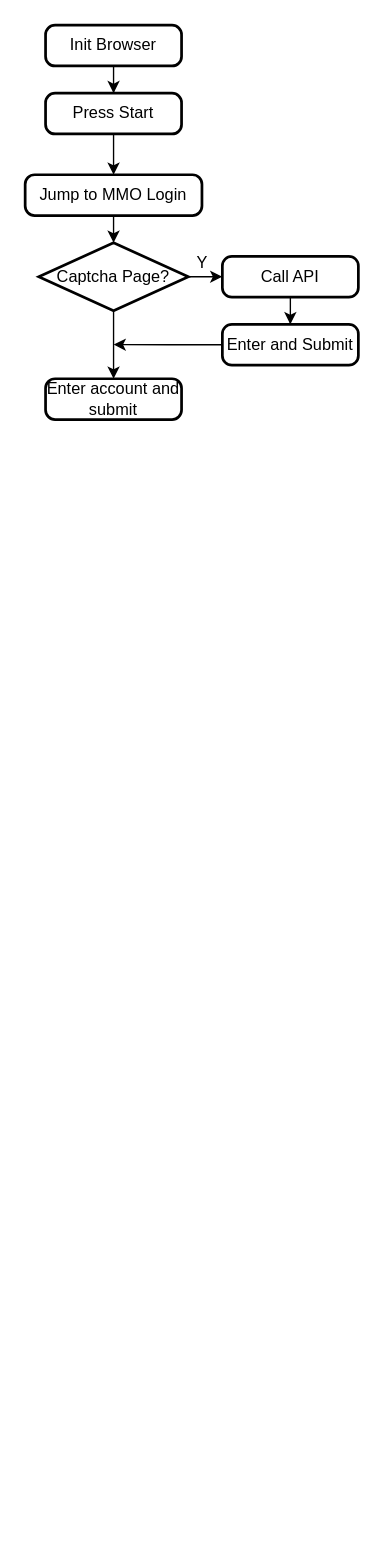
The draw.io diagram 流程图1.drawio in StackExplode/MiscPicGo, before the edit. Source tidied: cells renumbered, new cells numbered last; positions are measured from the earlier drawing's top-left corner, leaving out a move shared by most shapes. Both pictures are drawn from the tidied source at 136%, with x=0, y=0 at pixel (24, 24).
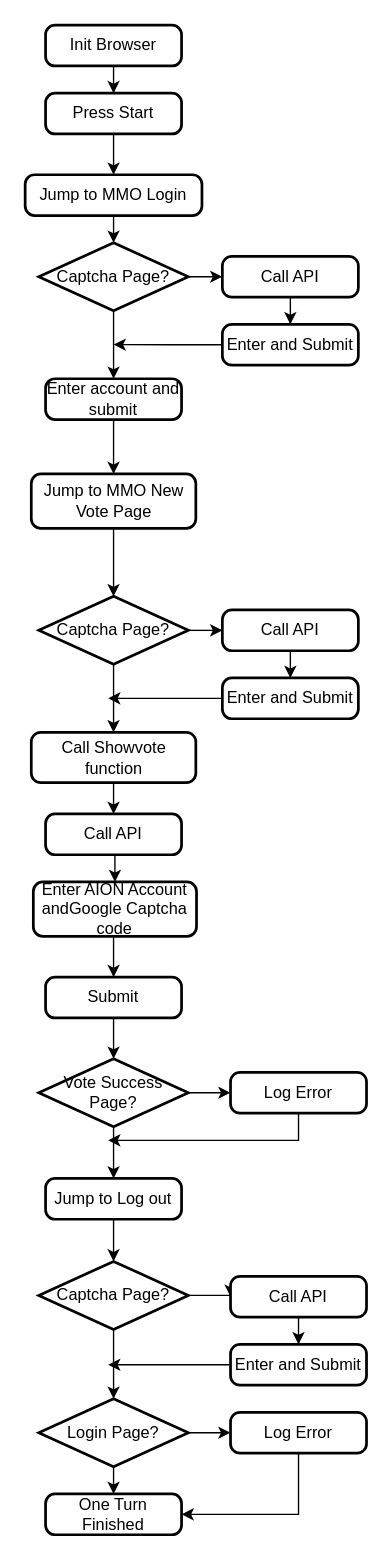
After the change.

Commit message:
更新流程图1.drawio

The change refers to these unchanged cells:
```xml
<mxCell id="15" value="Enter account and submit" style="rounded=1;whiteSpace=wrap;html=1;absoluteArcSize=1;arcSize=14;strokeWidth=2;" parent="1" vertex="1">
  <mxGeometry x="15" y="260" width="100" height="30" as="geometry" />
</mxCell>
```

What changed in the source:
```diff
@@
+    <mxCell id="17" style="edgeStyle=orthogonalEdgeStyle;rounded=0;jettySize=auto;html=1;exitX=0.5;exitY=1;exitDx=0;exitDy=0;" parent="1" edge="1" source="15" target="19">
+      <mxGeometry relative="1" as="geometry" />
+    </mxCell>
@@
-    <mxCell id="16" value="Y" style="text;html=1;align=center;verticalAlign=middle;fillColor=none;strokeColor=none;rounded=0;" parent="1" vertex="1">
-      <mxGeometry x="115" y="160" width="30" height="30" as="geometry" />
-    </mxCell>
+    <mxCell id="18" style="edgeStyle=orthogonalEdgeStyle;rounded=0;jettySize=auto;html=1;exitX=0.5;exitY=1;exitDx=0;exitDy=0;" parent="1" edge="1" source="19" target="22">
+      <mxGeometry relative="1" as="geometry" />
+    </mxCell>
+    <mxCell id="19" value="Jump&amp;nbsp;to&amp;nbsp;MMO&amp;nbsp;New Vote Page" style="rounded=1;whiteSpace=wrap;html=1;absoluteArcSize=1;arcSize=14;strokeWidth=2;" parent="1" vertex="1">
+      <mxGeometry x="4.5" y="330" width="121" height="40" as="geometry" />
+    </mxCell>
+    <mxCell id="20" style="edgeStyle=orthogonalEdgeStyle;rounded=0;jettySize=auto;html=1;exitX=1;exitY=0.5;exitDx=0;exitDy=0;exitPerimeter=0;entryX=0;entryY=0.5;entryDx=0;entryDy=0;" parent="1" edge="1" source="22" target="24">
+      <mxGeometry relative="1" as="geometry" />
+    </mxCell>
+    <mxCell id="21" style="edgeStyle=orthogonalEdgeStyle;rounded=0;jettySize=auto;html=1;entryX=0.5;entryY=0;entryDx=0;entryDy=0;" parent="1" edge="1" source="22" target="28">
+      <mxGeometry relative="1" as="geometry" />
+    </mxCell>
+    <mxCell id="22" value="Captcha&amp;nbsp;Page?" style="strokeWidth=2;html=1;shape=mxgraph.flowchart.decision;whiteSpace=wrap;" parent="1" vertex="1">
+      <mxGeometry x="10" y="420" width="110" height="50" as="geometry" />
+    </mxCell>
+    <mxCell id="23" style="edgeStyle=orthogonalEdgeStyle;rounded=0;jettySize=auto;html=1;" parent="1" edge="1" source="24" target="26">
+      <mxGeometry relative="1" as="geometry" />
+    </mxCell>
+    <mxCell id="24" value="Call API" style="rounded=1;whiteSpace=wrap;html=1;absoluteArcSize=1;arcSize=14;strokeWidth=2;" parent="1" vertex="1">
+      <mxGeometry x="145" y="430" width="100" height="30" as="geometry" />
+    </mxCell>
+    <mxCell id="25" style="edgeStyle=orthogonalEdgeStyle;rounded=0;jettySize=auto;html=1;exitX=0;exitY=0.5;exitDx=0;exitDy=0;" parent="1" edge="1" source="26">
+      <mxGeometry relative="1" as="geometry">
+        <mxPoint x="61" y="495" as="targetPoint" />
+      </mxGeometry>
+    </mxCell>
+    <mxCell id="26" value="Enter and Submit" style="rounded=1;whiteSpace=wrap;html=1;absoluteArcSize=1;arcSize=14;strokeWidth=2;" parent="1" vertex="1">
+      <mxGeometry x="145" y="480" width="100" height="30" as="geometry" />
+    </mxCell>
+    <mxCell id="27" style="edgeStyle=orthogonalEdgeStyle;rounded=0;jettySize=auto;html=1;exitX=0.5;exitY=1;exitDx=0;exitDy=0;entryX=0.5;entryY=0;entryDx=0;entryDy=0;" parent="1" edge="1" source="28" target="30">
+      <mxGeometry relative="1" as="geometry" />
+    </mxCell>
+    <mxCell id="28" value="Call Showvote function" style="rounded=1;whiteSpace=wrap;html=1;absoluteArcSize=1;arcSize=14;strokeWidth=2;" parent="1" vertex="1">
+      <mxGeometry x="4.5" y="520" width="121" height="37" as="geometry" />
+    </mxCell>
+    <mxCell id="29" style="edgeStyle=orthogonalEdgeStyle;rounded=0;jettySize=auto;html=1;exitX=0.5;exitY=1;exitDx=0;exitDy=0;entryX=0.5;entryY=0;entryDx=0;entryDy=0;" parent="1" edge="1" source="30" target="32">
+      <mxGeometry relative="1" as="geometry" />
+    </mxCell>
+    <mxCell id="30" value="Call API" style="rounded=1;whiteSpace=wrap;html=1;absoluteArcSize=1;arcSize=14;strokeWidth=2;" parent="1" vertex="1">
+      <mxGeometry x="15" y="580" width="100" height="30" as="geometry" />
+    </mxCell>
+    <mxCell id="31" style="edgeStyle=orthogonalEdgeStyle;rounded=0;jettySize=auto;html=1;exitX=0.5;exitY=1;exitDx=0;exitDy=0;entryX=0.5;entryY=0;entryDx=0;entryDy=0;" parent="1" edge="1" source="32" target="34">
+      <mxGeometry relative="1" as="geometry" />
+    </mxCell>
+    <mxCell id="32" value="Enter AION Account andGoogle Captcha code" style="rounded=1;whiteSpace=wrap;html=1;absoluteArcSize=1;arcSize=14;strokeWidth=2;" parent="1" vertex="1">
+      <mxGeometry x="6" y="630" width="120" height="40" as="geometry" />
+    </mxCell>
+    <mxCell id="33" style="edgeStyle=orthogonalEdgeStyle;rounded=0;jettySize=auto;html=1;exitX=0.5;exitY=1;exitDx=0;exitDy=0;entryX=0.5;entryY=0;entryDx=0;entryDy=0;entryPerimeter=0;" parent="1" edge="1" source="34" target="37">
+      <mxGeometry relative="1" as="geometry" />
+    </mxCell>
+    <mxCell id="34" value="Submit" style="rounded=1;whiteSpace=wrap;html=1;absoluteArcSize=1;arcSize=14;strokeWidth=2;" parent="1" vertex="1">
+      <mxGeometry x="15" y="700" width="100" height="30" as="geometry" />
+    </mxCell>
+    <mxCell id="35" style="edgeStyle=orthogonalEdgeStyle;rounded=0;jettySize=auto;html=1;exitX=0.5;exitY=1;exitDx=0;exitDy=0;exitPerimeter=0;entryX=0.5;entryY=0;entryDx=0;entryDy=0;" parent="1" edge="1" source="37" target="41">
+      <mxGeometry relative="1" as="geometry" />
+    </mxCell>
+    <mxCell id="36" style="edgeStyle=orthogonalEdgeStyle;rounded=0;jettySize=auto;html=1;exitX=1;exitY=0.5;exitDx=0;exitDy=0;exitPerimeter=0;entryX=0;entryY=0.5;entryDx=0;entryDy=0;" parent="1" edge="1" source="37" target="39">
+      <mxGeometry relative="1" as="geometry" />
+    </mxCell>
+    <mxCell id="37" value="Vote Success Page?" style="strokeWidth=2;html=1;shape=mxgraph.flowchart.decision;whiteSpace=wrap;" parent="1" vertex="1">
+      <mxGeometry x="10" y="760" width="110" height="50" as="geometry" />
+    </mxCell>
+    <mxCell id="38" style="rounded=0;jettySize=auto;html=1;exitX=0.5;exitY=1;exitDx=0;exitDy=0;edgeStyle=elbowEdgeStyle;" parent="1" edge="1" source="39">
+      <mxGeometry relative="1" as="geometry">
+        <mxPoint x="61" y="820" as="targetPoint" />
+        <Array as="points">
+          <mxPoint x="201" y="810" />
+        </Array>
+      </mxGeometry>
+    </mxCell>
+    <mxCell id="39" value="Log Error" style="rounded=1;whiteSpace=wrap;html=1;absoluteArcSize=1;arcSize=14;strokeWidth=2;" parent="1" vertex="1">
+      <mxGeometry x="151" y="770" width="100" height="30" as="geometry" />
+    </mxCell>
+    <mxCell id="40" style="edgeStyle=orthogonalEdgeStyle;rounded=0;jettySize=auto;html=1;exitX=0.5;exitY=1;exitDx=0;exitDy=0;entryX=0.5;entryY=0;entryDx=0;entryDy=0;entryPerimeter=0;" parent="1" edge="1" source="41" target="44">
+      <mxGeometry relative="1" as="geometry" />
+    </mxCell>
+    <mxCell id="41" value="Jump to Log out" style="rounded=1;whiteSpace=wrap;html=1;absoluteArcSize=1;arcSize=14;strokeWidth=2;" parent="1" vertex="1">
+      <mxGeometry x="15" y="848" width="100" height="30" as="geometry" />
+    </mxCell>
+    <mxCell id="42" style="edgeStyle=orthogonalEdgeStyle;rounded=0;jettySize=auto;html=1;exitX=1;exitY=0.5;exitDx=0;exitDy=0;exitPerimeter=0;entryX=0;entryY=0.5;entryDx=0;entryDy=0;" parent="1" edge="1" source="44" target="46">
+      <mxGeometry relative="1" as="geometry" />
+    </mxCell>
+    <mxCell id="43" style="edgeStyle=orthogonalEdgeStyle;rounded=0;jettySize=auto;html=1;exitX=0.5;exitY=1;exitDx=0;exitDy=0;exitPerimeter=0;entryX=0.5;entryY=0;entryDx=0;entryDy=0;entryPerimeter=0;" parent="1" edge="1" source="44" target="51">
+      <mxGeometry relative="1" as="geometry" />
+    </mxCell>
+    <mxCell id="44" value="Captcha&amp;nbsp;Page?" style="strokeWidth=2;html=1;shape=mxgraph.flowchart.decision;whiteSpace=wrap;" parent="1" vertex="1">
+      <mxGeometry x="10" y="909" width="110" height="50" as="geometry" />
+    </mxCell>
+    <mxCell id="45" style="edgeStyle=orthogonalEdgeStyle;rounded=0;jettySize=auto;html=1;" parent="1" edge="1" source="46" target="48">
+      <mxGeometry relative="1" as="geometry" />
+    </mxCell>
+    <mxCell id="46" value="Call API" style="rounded=1;whiteSpace=wrap;html=1;absoluteArcSize=1;arcSize=14;strokeWidth=2;" parent="1" vertex="1">
+      <mxGeometry x="151" y="920" width="100" height="30" as="geometry" />
+    </mxCell>
+    <mxCell id="47" style="edgeStyle=orthogonalEdgeStyle;rounded=0;jettySize=auto;html=1;exitX=0;exitY=0.5;exitDx=0;exitDy=0;" parent="1" edge="1" source="48">
+      <mxGeometry relative="1" as="geometry">
+        <mxPoint x="61" y="985" as="targetPoint" />
+      </mxGeometry>
+    </mxCell>
+    <mxCell id="48" value="Enter and Submit" style="rounded=1;whiteSpace=wrap;html=1;absoluteArcSize=1;arcSize=14;strokeWidth=2;" parent="1" vertex="1">
+      <mxGeometry x="151" y="970" width="100" height="30" as="geometry" />
+    </mxCell>
+    <mxCell id="49" style="edgeStyle=orthogonalEdgeStyle;rounded=0;jettySize=auto;html=1;exitX=0.5;exitY=1;exitDx=0;exitDy=0;exitPerimeter=0;entryX=0.5;entryY=0;entryDx=0;entryDy=0;" parent="1" edge="1" source="51" target="52">
+      <mxGeometry relative="1" as="geometry" />
+    </mxCell>
+    <mxCell id="50" style="edgeStyle=orthogonalEdgeStyle;rounded=0;jettySize=auto;html=1;exitX=1;exitY=0.5;exitDx=0;exitDy=0;exitPerimeter=0;entryX=0;entryY=0.5;entryDx=0;entryDy=0;" parent="1" edge="1" source="51" target="54">
+      <mxGeometry relative="1" as="geometry" />
+    </mxCell>
+    <mxCell id="51" value="Login Page?" style="strokeWidth=2;html=1;shape=mxgraph.flowchart.decision;whiteSpace=wrap;" parent="1" vertex="1">
+      <mxGeometry x="10" y="1010" width="110" height="50" as="geometry" />
+    </mxCell>
+    <mxCell id="52" value="One Turn Finished" style="rounded=1;whiteSpace=wrap;html=1;absoluteArcSize=1;arcSize=14;strokeWidth=2;" parent="1" vertex="1">
+      <mxGeometry x="15" y="1080" width="100" height="30" as="geometry" />
+    </mxCell>
+    <mxCell id="53" style="edgeStyle=orthogonalEdgeStyle;rounded=0;jettySize=auto;html=1;exitX=0.5;exitY=1;exitDx=0;exitDy=0;entryX=1;entryY=0.5;entryDx=0;entryDy=0;" parent="1" edge="1" source="54" target="52">
+      <mxGeometry relative="1" as="geometry" />
+    </mxCell>
+    <mxCell id="54" value="Log Error" style="rounded=1;whiteSpace=wrap;html=1;absoluteArcSize=1;arcSize=14;strokeWidth=2;" parent="1" vertex="1">
+      <mxGeometry x="151" y="1020" width="100" height="30" as="geometry" />
+    </mxCell>
```
